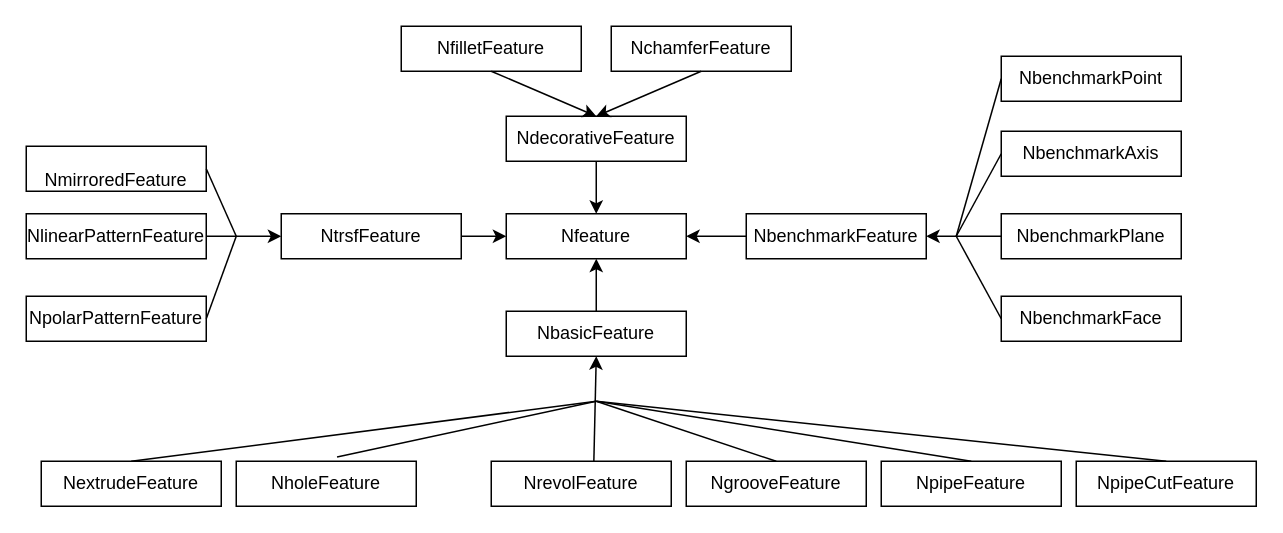
This is 类图简单版.drawio from liuhuliuhu123/First-test, a draw.io file, before an edit. Source tidied: cells renumbered, new cells numbered last; positions are measured from the earlier drawing's top-left corner, leaving out a move shared by most shapes. Both pictures are drawn from the tidied source at 150%, with x=0, y=0 at pixel (26, 26).
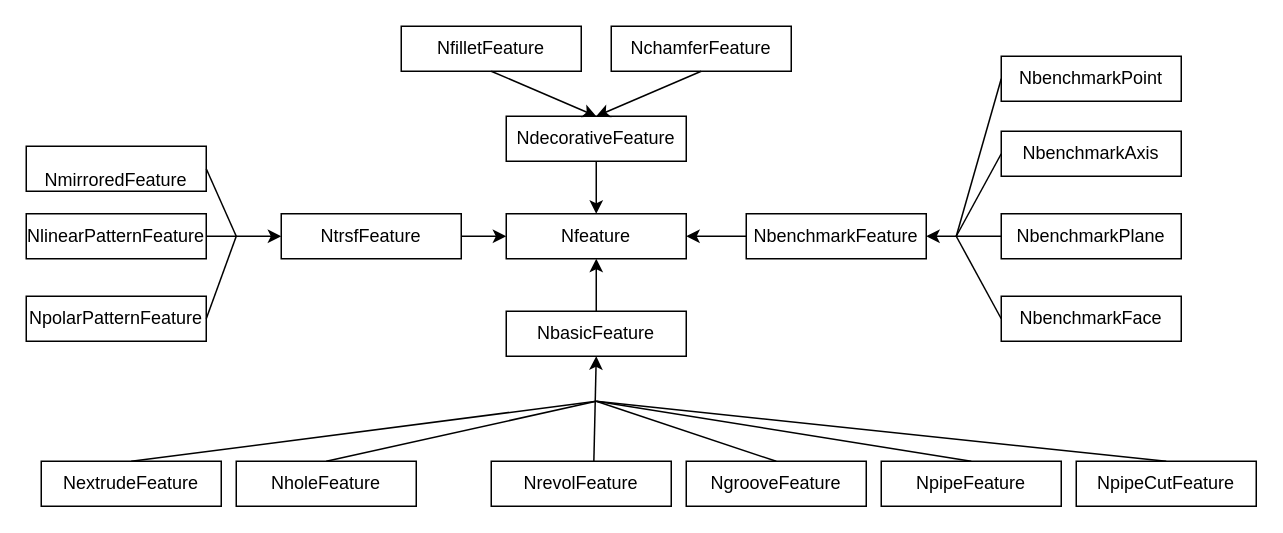
Above is the later version.

Commit message:
更新类图简单版.drawio

The change refers to these unchanged cells:
```xml
<mxCell id="4" value="NholeFeature" style="rounded=0;whiteSpace=wrap;html=1;" parent="1" vertex="1">
  <mxGeometry x="140" y="290" width="120" height="30" as="geometry" />
</mxCell>
```

The edit, as a diff of the source:
```diff
@@
-    <mxCell id="13" style="endArrow=none;html=1;rounded=0;exitX=0.56;exitY=-0.093;exitDx=0;exitDy=0;exitPerimeter=0;" parent="1" edge="1" source="4">
+    <mxCell id="13" style="endArrow=none;html=1;rounded=0;exitX=0.5;exitY=0;exitDx=0;exitDy=0;" parent="1" edge="1" source="4">
       <mxGeometry relative="1" as="geometry">
         <mxPoint x="380" y="250" as="targetPoint" />
       </mxGeometry>
     </mxCell>
```
